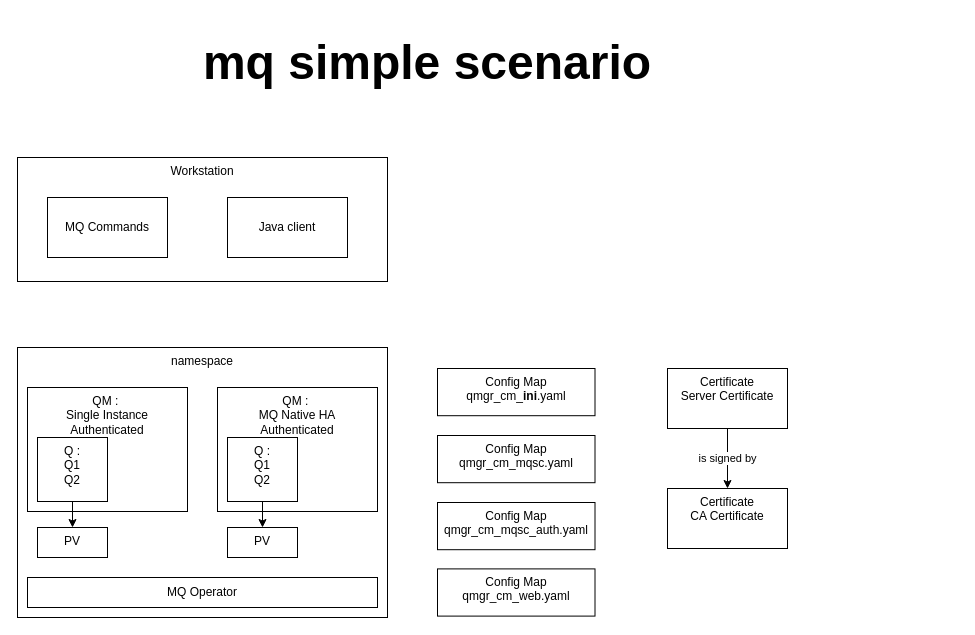
The draw.io diagram page "Page-1" (1 of 2) of doc/mds/demos/mq_simple/mq_simple.drawio in ADesprets/cp4i-install, before the edit. Source tidied: cells renumbered, new cells numbered last; positions are measured from the earlier drawing's top-left corner, leaving out a move shared by most shapes. Both pictures are drawn from the tidied source at 100%, with x=0, y=0 at pixel (17, 17).
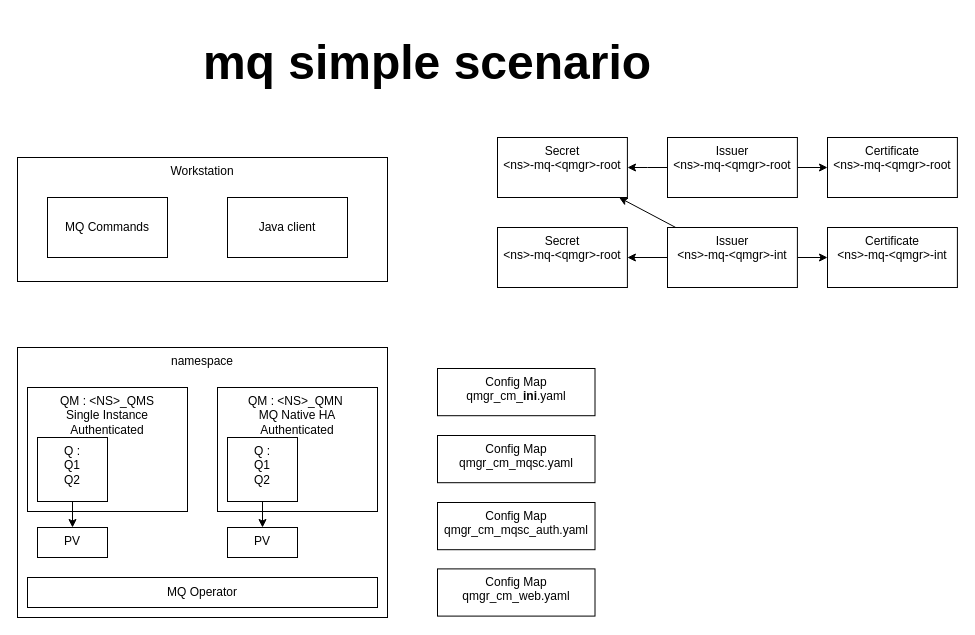
The same diagram, later.

Diff of the diagram source:
```diff
@@
-    <mxCell id="3" value="QM :&amp;nbsp;&lt;div&gt;Single Instance&lt;/div&gt;&lt;div&gt;Authenticated&lt;/div&gt;" style="rounded=0;whiteSpace=wrap;html=1;verticalAlign=top;" parent="1" vertex="1">
+    <mxCell id="3" value="QM : &amp;lt;NS&amp;gt;_QMS&lt;div&gt;Single Instance&lt;/div&gt;&lt;div&gt;Authenticated&lt;/div&gt;" style="rounded=0;whiteSpace=wrap;html=1;verticalAlign=top;" parent="1" vertex="1">
       <mxGeometry x="10" y="370" width="160" height="124" as="geometry" />
     </mxCell>
@@
-    <mxCell id="5" value="QM :&amp;nbsp;&lt;div&gt;MQ Native HA&lt;/div&gt;&lt;div&gt;Authenticated&lt;/div&gt;" style="rounded=0;whiteSpace=wrap;html=1;verticalAlign=top;" parent="1" vertex="1">
+    <mxCell id="5" value="QM : &amp;lt;NS&amp;gt;_QMN&amp;nbsp;&lt;div&gt;MQ Native HA&lt;/div&gt;&lt;div&gt;Authenticated&lt;/div&gt;" style="rounded=0;whiteSpace=wrap;html=1;verticalAlign=top;" parent="1" vertex="1">
       <mxGeometry x="200" y="370" width="160" height="124" as="geometry" />
     </mxCell>
@@
-    <mxCell id="15" value="is signed by" style="edgeStyle=orthogonalEdgeStyle;rounded=0;jettySize=auto;html=1;" parent="1" edge="1" source="16" target="17">
-      <mxGeometry relative="1" as="geometry" />
-    </mxCell>
-    <mxCell id="16" value="Certificate&lt;div&gt;Server Certificate&lt;/div&gt;" style="rounded=0;whiteSpace=wrap;html=1;verticalAlign=top;" parent="1" vertex="1">
-      <mxGeometry x="650" y="351" width="120" height="60" as="geometry" />
+    <mxCell id="16" value="Certificate&lt;div&gt;&amp;lt;ns&amp;gt;-mq-&amp;lt;qmgr&amp;gt;-root&lt;/div&gt;" style="rounded=0;whiteSpace=wrap;html=1;verticalAlign=top;" parent="1" vertex="1">
+      <mxGeometry x="810" y="120" width="129.9" height="60" as="geometry" />
     </mxCell>
-    <mxCell id="17" value="Certificate&lt;div&gt;CA Certificate&lt;/div&gt;" style="rounded=0;whiteSpace=wrap;html=1;verticalAlign=top;" parent="1" vertex="1">
-      <mxGeometry x="650" y="471" width="120" height="60" as="geometry" />
+    <mxCell id="17" value="Certificate&lt;div&gt;&amp;lt;ns&amp;gt;-mq-&amp;lt;qmgr&amp;gt;-int&lt;/div&gt;" style="rounded=0;whiteSpace=wrap;html=1;verticalAlign=top;" parent="1" vertex="1">
+      <mxGeometry x="810" y="210" width="129.9" height="60" as="geometry" />
     </mxCell>
@@
+    <mxCell id="23" style="edgeStyle=orthogonalEdgeStyle;rounded=0;jettySize=auto;html=1;entryX=0;entryY=0.5;entryDx=0;entryDy=0;" parent="1" edge="1" source="25" target="16">
+      <mxGeometry relative="1" as="geometry" />
+    </mxCell>
+    <mxCell id="24" style="edgeStyle=orthogonalEdgeStyle;rounded=0;jettySize=auto;html=1;" parent="1" edge="1" source="25">
+      <mxGeometry relative="1" as="geometry">
+        <mxPoint x="610" y="150" as="targetPoint" />
+      </mxGeometry>
+    </mxCell>
+    <mxCell id="25" value="&lt;div&gt;Issuer&lt;/div&gt;&lt;div&gt;&amp;lt;ns&amp;gt;-mq-&amp;lt;qmgr&amp;gt;-root&lt;/div&gt;" style="rounded=0;whiteSpace=wrap;html=1;verticalAlign=top;" parent="1" vertex="1">
+      <mxGeometry x="650" y="120" width="129.9" height="60" as="geometry" />
+    </mxCell>
+    <mxCell id="26" style="rounded=0;jettySize=auto;html=1;" parent="1" edge="1" source="29" target="30">
+      <mxGeometry relative="1" as="geometry" />
+    </mxCell>
+    <mxCell id="27" style="edgeStyle=orthogonalEdgeStyle;rounded=0;jettySize=auto;html=1;entryX=0;entryY=0.5;entryDx=0;entryDy=0;" parent="1" edge="1" source="29" target="17">
+      <mxGeometry relative="1" as="geometry" />
+    </mxCell>
+    <mxCell id="28" style="edgeStyle=orthogonalEdgeStyle;rounded=0;jettySize=auto;html=1;" parent="1" edge="1" source="29" target="31">
+      <mxGeometry relative="1" as="geometry" />
+    </mxCell>
+    <mxCell id="29" value="&lt;div&gt;Issuer&lt;/div&gt;&lt;div&gt;&amp;lt;ns&amp;gt;-mq-&amp;lt;qmgr&amp;gt;-int&lt;/div&gt;" style="rounded=0;whiteSpace=wrap;html=1;verticalAlign=top;" parent="1" vertex="1">
+      <mxGeometry x="650" y="210" width="129.9" height="60" as="geometry" />
+    </mxCell>
+    <mxCell id="30" value="&lt;div&gt;Secret&lt;/div&gt;&lt;div&gt;&amp;lt;ns&amp;gt;-mq-&amp;lt;qmgr&amp;gt;-root&lt;/div&gt;" style="rounded=0;whiteSpace=wrap;html=1;verticalAlign=top;" parent="1" vertex="1">
+      <mxGeometry x="480" y="120" width="129.9" height="60" as="geometry" />
+    </mxCell>
+    <mxCell id="31" value="&lt;div&gt;Secret&lt;/div&gt;&lt;div&gt;&amp;lt;ns&amp;gt;-mq-&amp;lt;qmgr&amp;gt;-root&lt;/div&gt;" style="rounded=0;whiteSpace=wrap;html=1;verticalAlign=top;" parent="1" vertex="1">
+      <mxGeometry x="480" y="210" width="129.9" height="60" as="geometry" />
+    </mxCell>
```
